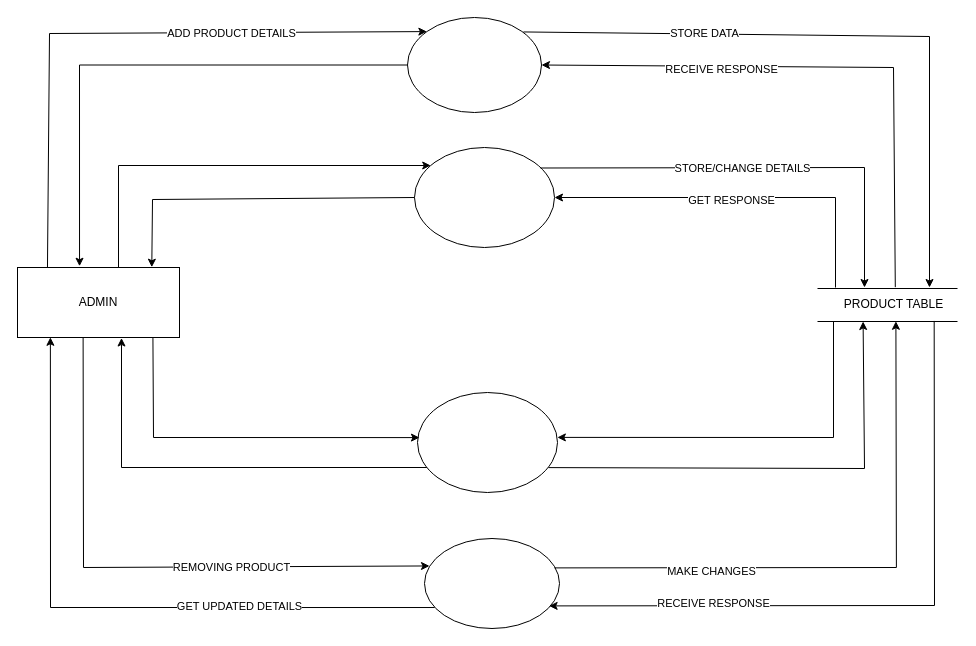
panchalbhavya2210/gift_documentation keeps this draw.io diagram as page "Page-14" (13 of 14) of Usecase userside.drawio. Above is the earlier version. Source tidied: cells renumbered, new cells numbered last; positions are measured from the earlier drawing's top-left corner, leaving out a move shared by most shapes. Both pictures are drawn from the tidied source at 100%, with x=0, y=0 at pixel (17, 17).
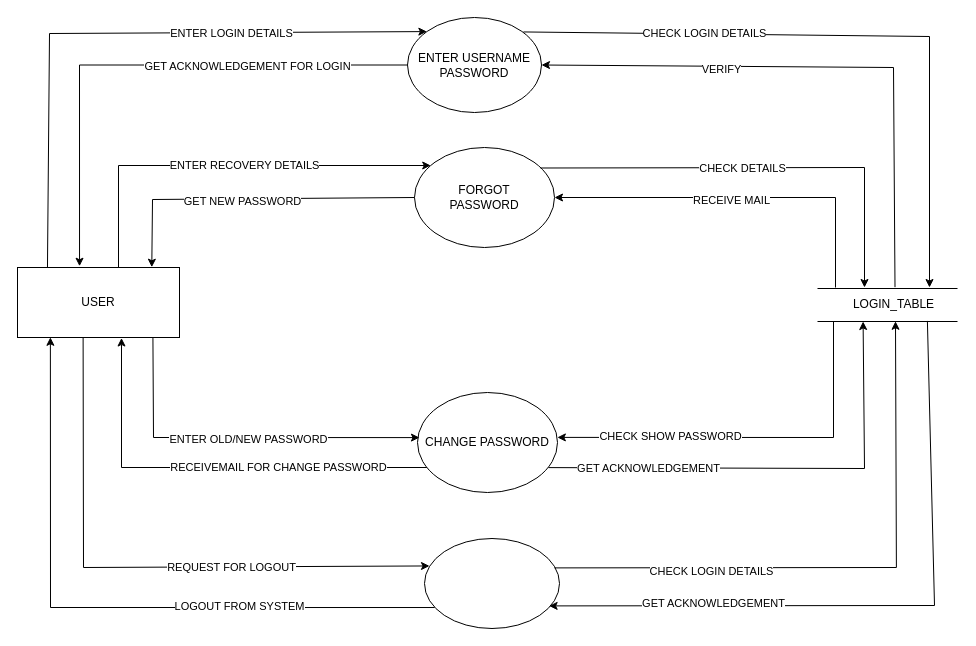
After the change.

Commit message (it also covers changes not shown here):
UPDATE USER LOGIN

Unchanged cells that the change refers to:
```xml
<mxCell id="2" style="edgeStyle=orthogonalEdgeStyle;rounded=0;jettySize=auto;html=1;entryX=0.383;entryY=-0.018;entryDx=0;entryDy=0;entryPerimeter=0;" parent="1" edge="1" source="3" target="5">
  <mxGeometry relative="1" as="geometry" />
</mxCell>
<mxCell id="4" style="edgeStyle=orthogonalEdgeStyle;rounded=0;jettySize=auto;html=1;exitX=0.5;exitY=0;exitDx=0;exitDy=0;" parent="1" edge="1" target="6">
  <mxGeometry relative="1" as="geometry">
    <mxPoint x="29" y="250" as="sourcePoint" />
    <Array as="points">
      <mxPoint x="101" y="250" />
      <mxPoint x="101" y="148" />
    </Array>
  </mxGeometry>
</mxCell>
<mxCell id="9" style="endArrow=classic;html=1;rounded=0;exitX=0.865;exitY=0.152;exitDx=0;exitDy=0;exitPerimeter=0;" parent="1" edge="1" source="3">
  <mxGeometry relative="1" as="geometry">
    <mxPoint x="912" y="270" as="targetPoint" />
    <Array as="points">
      <mxPoint x="912" y="19" />
    </Array>
  </mxGeometry>
</mxCell>
<mxCell id="11" style="endArrow=classic;html=1;rounded=0;entryX=1;entryY=0.5;entryDx=0;entryDy=0;exitX=0.515;exitY=-0.078;exitDx=0;exitDy=0;exitPerimeter=0;" parent="1" edge="1" source="7" target="3">
  <mxGeometry relative="1" as="geometry">
    <Array as="points">
      <mxPoint x="876" y="50" />
    </Array>
  </mxGeometry>
</mxCell>
<mxCell id="13" style="endArrow=classic;html=1;rounded=0;exitX=0.185;exitY=0.002;exitDx=0;exitDy=0;entryX=0;entryY=0;entryDx=0;entryDy=0;exitPerimeter=0;" parent="1" edge="1" source="5" target="3">
  <mxGeometry relative="1" as="geometry">
    <Array as="points">
      <mxPoint x="32" y="16" />
    </Array>
  </mxGeometry>
</mxCell>
<mxCell id="15" style="endArrow=classic;html=1;rounded=0;entryX=0.829;entryY=-0.004;entryDx=0;entryDy=0;entryPerimeter=0;exitX=0;exitY=0.5;exitDx=0;exitDy=0;" parent="1" edge="1" source="6" target="5">
  <mxGeometry relative="1" as="geometry">
    <Array as="points">
      <mxPoint x="135" y="182" />
    </Array>
  </mxGeometry>
</mxCell>
<mxCell id="16" style="endArrow=classic;html=1;rounded=0;exitX=0.9;exitY=0.205;exitDx=0;exitDy=0;exitPerimeter=0;" parent="1" edge="1" source="6">
  <mxGeometry relative="1" as="geometry">
    <mxPoint x="847" y="270" as="targetPoint" />
    <Array as="points">
      <mxPoint x="847" y="150" />
    </Array>
  </mxGeometry>
</mxCell>
<mxCell id="18" style="endArrow=classic;html=1;rounded=0;entryX=1;entryY=0.5;entryDx=0;entryDy=0;" parent="1" edge="1" target="6">
  <mxGeometry relative="1" as="geometry">
    <mxPoint x="818" y="270" as="sourcePoint" />
    <Array as="points">
      <mxPoint x="818" y="180" />
      <mxPoint x="732" y="180" />
    </Array>
  </mxGeometry>
</mxCell>
<mxCell id="20" style="endArrow=classic;html=1;rounded=0;exitX=0.075;exitY=0.767;exitDx=0;exitDy=0;exitPerimeter=0;entryX=0.203;entryY=0.997;entryDx=0;entryDy=0;entryPerimeter=0;" parent="1" edge="1" source="8" target="5">
  <mxGeometry relative="1" as="geometry">
    <Array as="points">
      <mxPoint x="33" y="590" />
    </Array>
  </mxGeometry>
</mxCell>
<mxCell id="22" style="endArrow=classic;html=1;rounded=0;entryX=0.037;entryY=0.305;entryDx=0;entryDy=0;entryPerimeter=0;exitX=0.405;exitY=1.007;exitDx=0;exitDy=0;exitPerimeter=0;" parent="1" edge="1" source="5" target="8">
  <mxGeometry relative="1" as="geometry">
    <Array as="points">
      <mxPoint x="66" y="550" />
    </Array>
  </mxGeometry>
</mxCell>
<mxCell id="24" style="endArrow=classic;html=1;rounded=0;exitX=0.956;exitY=0.271;exitDx=0;exitDy=0;exitPerimeter=0;entryX=0.52;entryY=1.059;entryDx=0;entryDy=0;entryPerimeter=0;" parent="1" edge="1" target="7">
  <mxGeometry relative="1" as="geometry">
    <mxPoint x="537" y="550.4" as="sourcePoint" />
    <Array as="points">
      <mxPoint x="878.9" y="550" />
    </Array>
  </mxGeometry>
</mxCell>
<mxCell id="26" style="endArrow=classic;html=1;rounded=0;entryX=0.923;entryY=0.749;entryDx=0;entryDy=0;entryPerimeter=0;exitX=0.839;exitY=1.048;exitDx=0;exitDy=0;exitPerimeter=0;" parent="1" edge="1" source="7" target="8">
  <mxGeometry relative="1" as="geometry">
    <Array as="points">
      <mxPoint x="917" y="588" />
    </Array>
  </mxGeometry>
</mxCell>
<mxCell id="29" style="endArrow=classic;html=1;rounded=0;entryX=0.999;entryY=0.449;entryDx=0;entryDy=0;entryPerimeter=0;" parent="1" edge="1" target="28">
  <mxGeometry relative="1" as="geometry">
    <mxPoint x="816" y="304" as="sourcePoint" />
    <Array as="points">
      <mxPoint x="816" y="420" />
    </Array>
  </mxGeometry>
</mxCell>
<mxCell id="30" style="endArrow=classic;html=1;rounded=0;entryX=0.222;entryY=0.933;entryDx=0;entryDy=0;entryPerimeter=0;exitX=0.935;exitY=0.751;exitDx=0;exitDy=0;exitPerimeter=0;" parent="1" edge="1" source="28">
  <mxGeometry relative="1" as="geometry">
    <mxPoint x="845.6" y="304" as="targetPoint" />
    <Array as="points">
      <mxPoint x="847" y="451" />
    </Array>
  </mxGeometry>
</mxCell>
<mxCell id="31" style="endArrow=classic;html=1;rounded=0;entryX=0.642;entryY=1.007;entryDx=0;entryDy=0;entryPerimeter=0;exitX=0.067;exitY=0.75;exitDx=0;exitDy=0;exitPerimeter=0;" parent="1" edge="1" source="28" target="5">
  <mxGeometry relative="1" as="geometry">
    <Array as="points">
      <mxPoint x="104" y="450" />
    </Array>
  </mxGeometry>
</mxCell>
<mxCell id="32" style="endArrow=classic;html=1;rounded=0;entryX=0.014;entryY=0.451;entryDx=0;entryDy=0;entryPerimeter=0;exitX=0.836;exitY=1.008;exitDx=0;exitDy=0;exitPerimeter=0;" parent="1" edge="1" source="5" target="28">
  <mxGeometry relative="1" as="geometry">
    <Array as="points">
      <mxPoint x="136" y="420" />
    </Array>
  </mxGeometry>
</mxCell>
```

The edit, as a diff of the source:
```diff
@@
+    <mxCell id="35" value="GET ACKNOWLEDGEMENT FOR LOGIN" style="edgeLabel;html=1;align=center;verticalAlign=middle;" parent="2" vertex="1">
+      <mxGeometry x="-0.39" y="1" relative="1" as="geometry" />
+    </mxCell>
-    <mxCell id="3" style="ellipse;whiteSpace=wrap;html=1;" parent="1" vertex="1">
+    <mxCell id="3" value="ENTER USERNAME&lt;br&gt;PASSWORD" style="ellipse;whiteSpace=wrap;html=1;" parent="1" vertex="1">
       <mxGeometry x="390" width="134" height="95" as="geometry" />
     </mxCell>
@@
+    <mxCell id="36" value="ENTER RECOVERY DETAILS" style="edgeLabel;html=1;align=center;verticalAlign=middle;" parent="4" vertex="1">
+      <mxGeometry x="0.23" y="1" relative="1" as="geometry" />
+    </mxCell>
-    <mxCell id="5" value="ADMIN" style="rounded=0;whiteSpace=wrap;html=1;" parent="1" vertex="1">
+    <mxCell id="5" value="USER" style="rounded=0;whiteSpace=wrap;html=1;" parent="1" vertex="1">
       <mxGeometry y="250" width="162" height="70" as="geometry" />
     </mxCell>
-    <mxCell id="6" style="ellipse;whiteSpace=wrap;html=1;" parent="1" vertex="1">
+    <mxCell id="6" value="FORGOT&lt;br&gt;PASSWORD" style="ellipse;whiteSpace=wrap;html=1;" parent="1" vertex="1">
       <mxGeometry x="397" y="130" width="140" height="100" as="geometry" />
     </mxCell>
-    <mxCell id="7" value="PRODUCT TABLE" style="text;html=1;align=center;verticalAlign=middle;points=[];strokeColor=none;fillColor=none;" parent="1" vertex="1">
-      <mxGeometry x="816" y="272" width="120" height="30" as="geometry" />
+    <mxCell id="7" value="LOGIN_TABLE" style="text;html=1;align=center;verticalAlign=middle;points=[];strokeColor=none;fillColor=none;" parent="1" vertex="1">
+      <mxGeometry x="826" y="272" width="100" height="30" as="geometry" />
     </mxCell>
@@
-    <mxCell id="10" value="STORE DATA" style="edgeLabel;html=1;align=center;verticalAlign=middle;" parent="9" vertex="1">
+    <mxCell id="10" value="CHECK LOGIN DETAILS" style="edgeLabel;html=1;align=center;verticalAlign=middle;" parent="9" vertex="1">
       <mxGeometry x="-0.45" y="1" relative="1" as="geometry" />
     </mxCell>
@@
-    <mxCell id="12" value="RECEIVE RESPONSE" style="edgeLabel;html=1;align=center;verticalAlign=middle;" parent="11" vertex="1">
+    <mxCell id="12" value="VERIFY" style="edgeLabel;html=1;align=center;verticalAlign=middle;" parent="11" vertex="1">
       <mxGeometry x="0.37" y="3" relative="1" as="geometry" />
     </mxCell>
@@
-    <mxCell id="14" value="ADD PRODUCT DETAILS" style="edgeLabel;html=1;align=center;verticalAlign=middle;" parent="13" vertex="1">
+    <mxCell id="14" value="ENTER LOGIN DETAILS" style="edgeLabel;html=1;align=center;verticalAlign=middle;" parent="13" vertex="1">
       <mxGeometry x="0.36" relative="1" as="geometry" />
     </mxCell>
@@
+    <mxCell id="37" value="GET NEW PASSWORD" style="edgeLabel;html=1;align=center;verticalAlign=middle;" parent="15" vertex="1">
+      <mxGeometry x="0.05" y="2" relative="1" as="geometry" />
+    </mxCell>
@@
-    <mxCell id="17" value="STORE/CHANGE DETAILS" style="edgeLabel;html=1;align=center;verticalAlign=middle;" parent="16" vertex="1">
+    <mxCell id="17" value="CHECK DETAILS" style="edgeLabel;html=1;align=center;verticalAlign=middle;" parent="16" vertex="1">
       <mxGeometry x="-0.09" relative="1" as="geometry" />
     </mxCell>
@@
-    <mxCell id="19" value="GET RESPONSE" style="edgeLabel;html=1;align=center;verticalAlign=middle;" parent="18" vertex="1">
+    <mxCell id="19" value="RECEIVE MAIL" style="edgeLabel;html=1;align=center;verticalAlign=middle;" parent="18" vertex="1">
       <mxGeometry x="0.05" y="2" relative="1" as="geometry" />
     </mxCell>
@@
-    <mxCell id="21" value="GET UPDATED DETAILS" style="edgeLabel;html=1;align=center;verticalAlign=middle;" parent="20" vertex="1">
+    <mxCell id="21" value="LOGOUT FROM SYSTEM" style="edgeLabel;html=1;align=center;verticalAlign=middle;" parent="20" vertex="1">
       <mxGeometry x="-0.4" y="-2" relative="1" as="geometry" />
     </mxCell>
@@
-    <mxCell id="23" value="REMOVING PRODUCT" style="edgeLabel;html=1;align=center;verticalAlign=middle;" parent="22" vertex="1">
+    <mxCell id="23" value="REQUEST FOR LOGOUT" style="edgeLabel;html=1;align=center;verticalAlign=middle;" parent="22" vertex="1">
       <mxGeometry x="0.31" relative="1" as="geometry" />
     </mxCell>
@@
-    <mxCell id="25" value="MAKE CHANGES" style="edgeLabel;html=1;align=center;verticalAlign=middle;" parent="24" vertex="1">
+    <mxCell id="25" value="CHECK LOGIN DETAILS" style="edgeLabel;html=1;align=center;verticalAlign=middle;" parent="24" vertex="1">
       <mxGeometry x="-0.47" y="-3" relative="1" as="geometry" />
     </mxCell>
@@
-    <mxCell id="27" value="RECEIVE RESPONSE" style="edgeLabel;html=1;align=center;verticalAlign=middle;" parent="26" vertex="1">
+    <mxCell id="27" value="GET ACKNOWLEDGEMENT" style="edgeLabel;html=1;align=center;verticalAlign=middle;" parent="26" vertex="1">
       <mxGeometry x="0.51" y="-3" relative="1" as="geometry" />
     </mxCell>
-    <mxCell id="28" style="ellipse;whiteSpace=wrap;html=1;" parent="1" vertex="1">
+    <mxCell id="28" value="CHANGE PASSWORD" style="ellipse;whiteSpace=wrap;html=1;" parent="1" vertex="1">
       <mxGeometry x="400" y="375" width="140" height="100" as="geometry" />
     </mxCell>
@@
+    <mxCell id="38" value="CHECK SHOW PASSWORD" style="edgeLabel;html=1;align=center;verticalAlign=middle;" parent="29" vertex="1">
+      <mxGeometry x="0.43" y="-1" relative="1" as="geometry" />
+    </mxCell>
@@
+    <mxCell id="39" value="GET ACKNOWLEDGEMENT" style="edgeLabel;html=1;align=center;verticalAlign=middle;" parent="30" vertex="1">
+      <mxGeometry x="-0.57" relative="1" as="geometry" />
+    </mxCell>
@@
+    <mxCell id="40" value="RECEIVEMAIL FOR CHANGE PASSWORD" style="edgeLabel;html=1;align=center;verticalAlign=middle;" parent="31" vertex="1">
+      <mxGeometry x="-0.01" y="-1" relative="1" as="geometry">
+        <mxPoint x="66" as="offset" />
+      </mxGeometry>
+    </mxCell>
@@
+    <mxCell id="41" value="ENTER OLD/NEW PASSWORD" style="edgeLabel;html=1;align=center;verticalAlign=middle;" parent="32" vertex="1">
+      <mxGeometry x="0.06" y="-1" relative="1" as="geometry" />
+    </mxCell>
```
